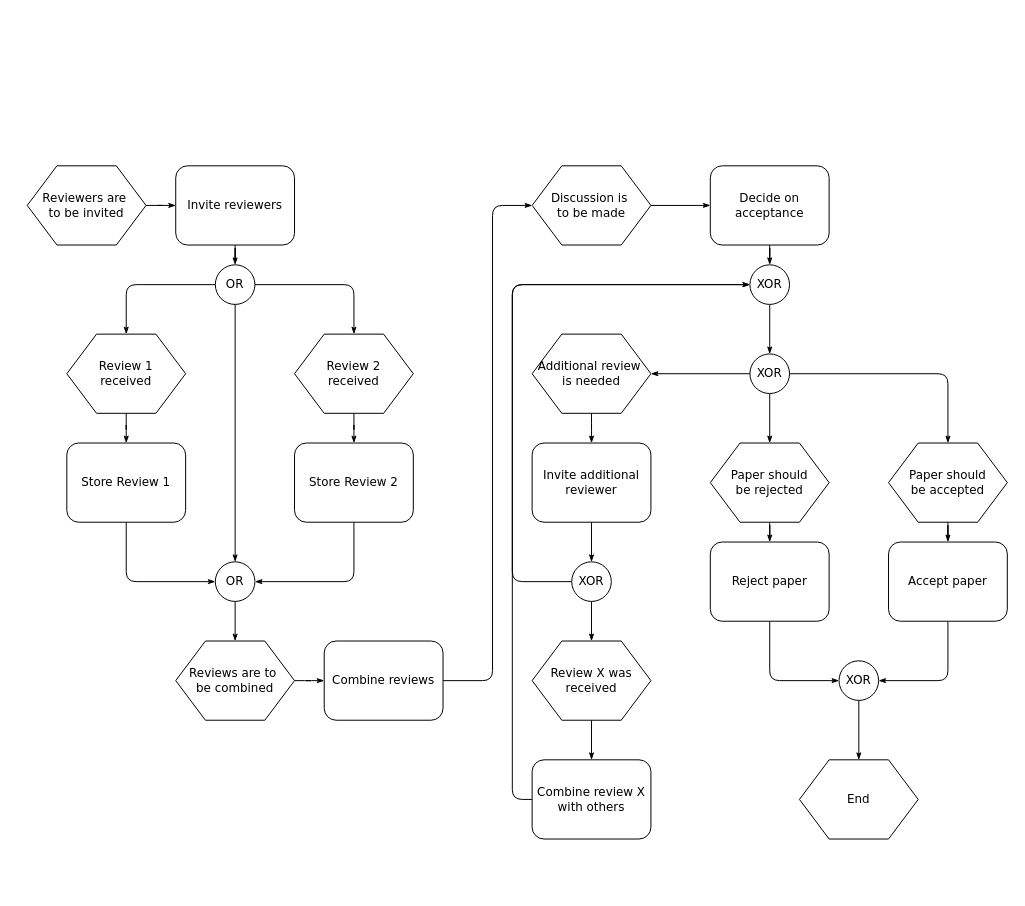
The draw.io diagram Untitled Diagram.drawio in jkssuryarao/jkssuryarao.github.io, before the edit. Source tidied: cells renumbered, new cells numbered last; positions are measured from the earlier drawing's top-left corner, leaving out a move shared by most shapes. Both pictures are drawn from the tidied source at 99%, with x=0, y=0 at pixel (27, 165).
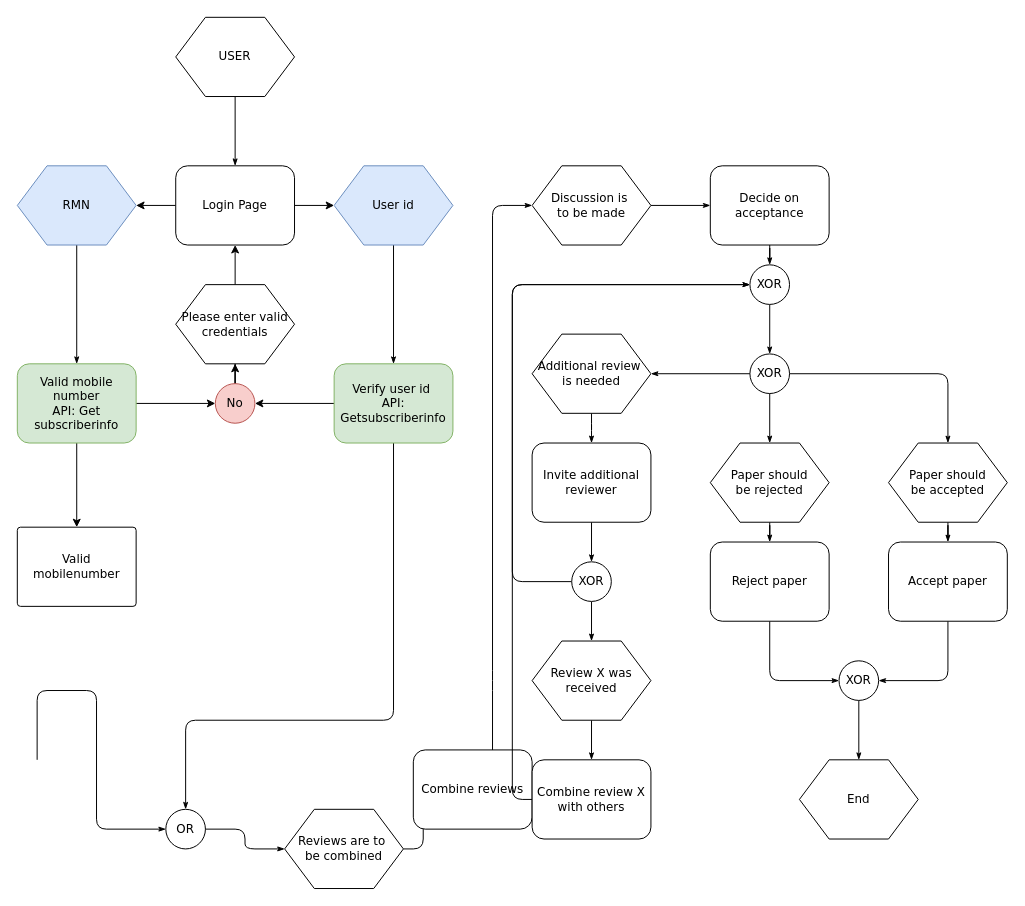
Above is the later version.

Commit message:
login flow

Diff of the diagram source:
```diff
@@
-    <mxCell id="3" value="Reviewers are&amp;nbsp;&lt;div&gt;to&amp;nbsp;&lt;span&gt;be invited&lt;/span&gt;&lt;/div&gt;" style="shape=hexagon;perimeter=hexagonPerimeter;whiteSpace=wrap;html=1;rounded=0;shadow=0;labelBackgroundColor=none;strokeWidth=1;fontFamily=Verdana;fontSize=12;align=center;" parent="1" vertex="1">
-      <mxGeometry width="120" height="80" as="geometry" />
+    <mxCell id="3" value="USER" style="shape=hexagon;perimeter=hexagonPerimeter;whiteSpace=wrap;html=1;rounded=0;shadow=0;labelBackgroundColor=none;strokeWidth=1;fontFamily=Verdana;fontSize=12;align=center;" parent="1" vertex="1">
+      <mxGeometry x="150" y="-150" width="120" height="80" as="geometry" />
     </mxCell>
-    <mxCell id="4" style="edgeStyle=orthogonalEdgeStyle;rounded=1;html=1;labelBackgroundColor=none;startArrow=none;startFill=0;startSize=5;endArrow=classicThin;endFill=1;endSize=5;jettySize=auto;strokeWidth=1;fontFamily=Verdana;fontSize=8;" parent="1" edge="1" source="5" target="9">
-      <mxGeometry relative="1" as="geometry" />
-    </mxCell>
+    <mxCell id="56" style="edgeStyle=orthogonalEdgeStyle;rounded=0;jettySize=auto;html=1;" parent="1" edge="1" source="5" target="11">
+      <mxGeometry relative="1" as="geometry" />
+    </mxCell>
+    <mxCell id="57" style="edgeStyle=orthogonalEdgeStyle;rounded=0;jettySize=auto;html=1;" parent="1" edge="1" source="5" target="13">
+      <mxGeometry relative="1" as="geometry" />
+    </mxCell>
-    <mxCell id="5" value="Invite reviewers" style="rounded=1;whiteSpace=wrap;html=1;shadow=0;labelBackgroundColor=none;strokeWidth=1;fontFamily=Verdana;fontSize=12;align=center;" parent="1" vertex="1">
+    <mxCell id="5" value="Login Page" style="rounded=1;whiteSpace=wrap;html=1;shadow=0;labelBackgroundColor=none;strokeWidth=1;fontFamily=Verdana;fontSize=12;align=center;" parent="1" vertex="1">
       <mxGeometry x="150" width="120" height="80" as="geometry" />
     </mxCell>
-    <mxCell id="6" style="edgeStyle=orthogonalEdgeStyle;rounded=1;html=1;labelBackgroundColor=none;startArrow=none;startFill=0;startSize=5;endArrow=classicThin;endFill=1;endSize=5;jettySize=auto;strokeWidth=1;fontFamily=Verdana;fontSize=8;" parent="1" edge="1" source="9" target="13">
-      <mxGeometry relative="1" as="geometry" />
-    </mxCell>
-    <mxCell id="7" style="edgeStyle=orthogonalEdgeStyle;rounded=1;html=1;labelBackgroundColor=none;startArrow=none;startFill=0;startSize=5;endArrow=classicThin;endFill=1;endSize=5;jettySize=auto;strokeWidth=1;fontFamily=Verdana;fontSize=8;" parent="1" edge="1" source="9" target="11">
-      <mxGeometry relative="1" as="geometry" />
-    </mxCell>
-    <mxCell id="8" style="edgeStyle=orthogonalEdgeStyle;rounded=1;html=1;labelBackgroundColor=none;startArrow=none;startFill=0;startSize=5;endArrow=classicThin;endFill=1;endSize=5;jettySize=auto;strokeWidth=1;fontFamily=Verdana;fontSize=12;" parent="1" edge="1" source="9" target="19">
-      <mxGeometry relative="1" as="geometry" />
-    </mxCell>
-    <mxCell id="9" value="OR" style="ellipse;whiteSpace=wrap;html=1;rounded=1;shadow=0;labelBackgroundColor=none;strokeWidth=1;fontFamily=Verdana;fontSize=12;align=center;" parent="1" vertex="1">
-      <mxGeometry x="190" y="100" width="40" height="40" as="geometry" />
-    </mxCell>
@@
-    <mxCell id="11" value="Review 1&lt;div&gt;received&lt;/div&gt;" style="shape=hexagon;perimeter=hexagonPerimeter;whiteSpace=wrap;html=1;rounded=0;shadow=0;labelBackgroundColor=none;strokeWidth=1;fontFamily=Verdana;fontSize=12;align=center;" parent="1" vertex="1">
-      <mxGeometry x="40" y="170" width="120" height="80" as="geometry" />
+    <mxCell id="11" value="RMN" style="shape=hexagon;perimeter=hexagonPerimeter;whiteSpace=wrap;html=1;rounded=0;shadow=0;labelBackgroundColor=none;strokeWidth=1;fontFamily=Verdana;fontSize=12;align=center;fillColor=#dae8fc;strokeColor=#6c8ebf;" parent="1" vertex="1">
+      <mxGeometry x="-10" width="120" height="80" as="geometry" />
     </mxCell>
@@
-    <mxCell id="13" value="Review 2&lt;div&gt;received&lt;/div&gt;" style="shape=hexagon;perimeter=hexagonPerimeter;whiteSpace=wrap;html=1;rounded=0;shadow=0;labelBackgroundColor=none;strokeWidth=1;fontFamily=Verdana;fontSize=12;align=center;" parent="1" vertex="1">
-      <mxGeometry x="270" y="170" width="120" height="80" as="geometry" />
+    <mxCell id="13" value="User id" style="shape=hexagon;perimeter=hexagonPerimeter;whiteSpace=wrap;html=1;rounded=0;shadow=0;labelBackgroundColor=none;strokeWidth=1;fontFamily=Verdana;fontSize=12;align=center;fillColor=#dae8fc;strokeColor=#6c8ebf;" parent="1" vertex="1">
+      <mxGeometry x="310" width="120" height="80" as="geometry" />
     </mxCell>
-    <mxCell id="14" style="edgeStyle=orthogonalEdgeStyle;rounded=1;html=1;labelBackgroundColor=none;startArrow=none;startFill=0;startSize=5;endArrow=classicThin;endFill=1;endSize=5;jettySize=auto;strokeWidth=1;fontFamily=Verdana;fontSize=8;" parent="1" edge="1" source="15" target="19">
+    <mxCell id="14" style="edgeStyle=orthogonalEdgeStyle;rounded=1;html=1;labelBackgroundColor=none;startArrow=none;startFill=0;startSize=5;endArrow=classicThin;endFill=1;endSize=5;jettySize=auto;strokeWidth=1;fontFamily=Verdana;fontSize=8;" parent="1" edge="1" target="19">
       <mxGeometry relative="1" as="geometry">
+        <mxPoint x="10" y="600" as="sourcePoint" />
         <Array as="points">
-          <mxPoint x="100" y="420" />
+          <mxPoint x="10" y="530" />
+          <mxPoint x="70" y="530" />
+          <mxPoint x="70" y="670" />
         </Array>
       </mxGeometry>
     </mxCell>
+    <mxCell id="58" style="edgeStyle=orthogonalEdgeStyle;rounded=0;jettySize=auto;html=1;" parent="1" edge="1" source="15" target="63">
+      <mxGeometry relative="1" as="geometry" />
+    </mxCell>
+    <mxCell id="59" style="edgeStyle=orthogonalEdgeStyle;rounded=0;jettySize=auto;html=1;" parent="1" edge="1" source="15" target="61">
+      <mxGeometry relative="1" as="geometry" />
+    </mxCell>
-    <mxCell id="15" value="Store Review 1" style="rounded=1;whiteSpace=wrap;html=1;shadow=0;labelBackgroundColor=none;strokeWidth=1;fontFamily=Verdana;fontSize=12;align=center;" parent="1" vertex="1">
-      <mxGeometry x="40" y="280" width="120" height="80" as="geometry" />
+    <mxCell id="15" value="Valid mobile number&lt;div&gt;API: Get subscriberinfo&lt;/div&gt;" style="rounded=1;whiteSpace=wrap;html=1;shadow=0;labelBackgroundColor=none;strokeWidth=1;fontFamily=Verdana;fontSize=12;align=center;fillColor=#d5e8d4;strokeColor=#82b366;" parent="1" vertex="1">
+      <mxGeometry x="-10" y="200" width="120" height="80" as="geometry" />
     </mxCell>
     <mxCell id="16" style="edgeStyle=orthogonalEdgeStyle;rounded=1;html=1;labelBackgroundColor=none;startArrow=none;startFill=0;startSize=5;endArrow=classicThin;endFill=1;endSize=5;jettySize=auto;strokeWidth=1;fontFamily=Verdana;fontSize=8;" parent="1" edge="1" source="17" target="19">
       <mxGeometry relative="1" as="geometry">
         <Array as="points">
-          <mxPoint x="330" y="420" />
+          <mxPoint x="370" y="560" />
+          <mxPoint x="160" y="560" />
         </Array>
       </mxGeometry>
     </mxCell>
+    <mxCell id="60" style="edgeStyle=orthogonalEdgeStyle;rounded=0;jettySize=auto;html=1;" parent="1" edge="1" source="17" target="63">
+      <mxGeometry relative="1" as="geometry" />
+    </mxCell>
-    <mxCell id="17" value="Store Review 2" style="rounded=1;whiteSpace=wrap;html=1;shadow=0;labelBackgroundColor=none;strokeWidth=1;fontFamily=Verdana;fontSize=12;align=center;" parent="1" vertex="1">
-      <mxGeometry x="270" y="280" width="120" height="80" as="geometry" />
+    <mxCell id="17" value="Verify user id&amp;nbsp;&lt;div&gt;API: Getsubscriberinfo&lt;/div&gt;" style="rounded=1;whiteSpace=wrap;html=1;shadow=0;labelBackgroundColor=none;strokeWidth=1;fontFamily=Verdana;fontSize=12;align=center;fillColor=#d5e8d4;strokeColor=#82b366;" parent="1" vertex="1">
+      <mxGeometry x="310" y="200" width="120" height="80" as="geometry" />
     </mxCell>
@@
     <mxCell id="19" value="OR" style="ellipse;whiteSpace=wrap;html=1;rounded=1;shadow=0;labelBackgroundColor=none;strokeWidth=1;fontFamily=Verdana;fontSize=12;align=center;" parent="1" vertex="1">
-      <mxGeometry x="190" y="400" width="40" height="40" as="geometry" />
+      <mxGeometry x="140" y="650" width="40" height="40" as="geometry" />
     </mxCell>
@@
     <mxCell id="21" value="Reviews are to&amp;nbsp;&lt;div&gt;be combined&lt;/div&gt;" style="shape=hexagon;perimeter=hexagonPerimeter;whiteSpace=wrap;html=1;rounded=0;shadow=0;labelBackgroundColor=none;strokeWidth=1;fontFamily=Verdana;fontSize=12;align=center;" parent="1" vertex="1">
-      <mxGeometry x="150" y="480" width="120" height="80" as="geometry" />
+      <mxGeometry x="260" y="650" width="120" height="80" as="geometry" />
     </mxCell>
@@
     <mxCell id="23" value="Combine reviews" style="rounded=1;whiteSpace=wrap;html=1;shadow=0;labelBackgroundColor=none;strokeWidth=1;fontFamily=Verdana;fontSize=12;align=center;" parent="1" vertex="1">
-      <mxGeometry x="300" y="480" width="120" height="80" as="geometry" />
+      <mxGeometry x="390" y="590" width="120" height="80" as="geometry" />
     </mxCell>
@@
+    <mxCell id="61" value="Valid mobilenumber" style="rounded=1;whiteSpace=wrap;html=1;shadow=0;labelBackgroundColor=none;strokeWidth=1;fontFamily=Verdana;fontSize=12;align=center;arcSize=4;" parent="1" vertex="1">
+      <mxGeometry x="-10" y="365" width="120" height="80" as="geometry" />
+    </mxCell>
+    <mxCell id="62" style="edgeStyle=orthogonalEdgeStyle;rounded=0;jettySize=auto;html=1;" parent="1" edge="1" source="63" target="65">
+      <mxGeometry relative="1" as="geometry" />
+    </mxCell>
+    <mxCell id="63" value="No" style="ellipse;whiteSpace=wrap;html=1;rounded=1;shadow=0;labelBackgroundColor=none;strokeWidth=1;fontFamily=Verdana;fontSize=12;align=center;fillColor=#f8cecc;strokeColor=#b85450;" parent="1" vertex="1">
+      <mxGeometry x="190" y="220" width="40" height="40" as="geometry" />
+    </mxCell>
+    <mxCell id="64" style="edgeStyle=orthogonalEdgeStyle;rounded=0;jettySize=auto;html=1;" parent="1" edge="1" source="65" target="5">
+      <mxGeometry relative="1" as="geometry" />
+    </mxCell>
+    <mxCell id="65" value="Please enter valid credentials" style="shape=hexagon;perimeter=hexagonPerimeter;whiteSpace=wrap;html=1;rounded=0;shadow=0;labelBackgroundColor=none;strokeWidth=1;fontFamily=Verdana;fontSize=12;align=center;" parent="1" vertex="1">
+      <mxGeometry x="150" y="120" width="120" height="80" as="geometry" />
+    </mxCell>
```
